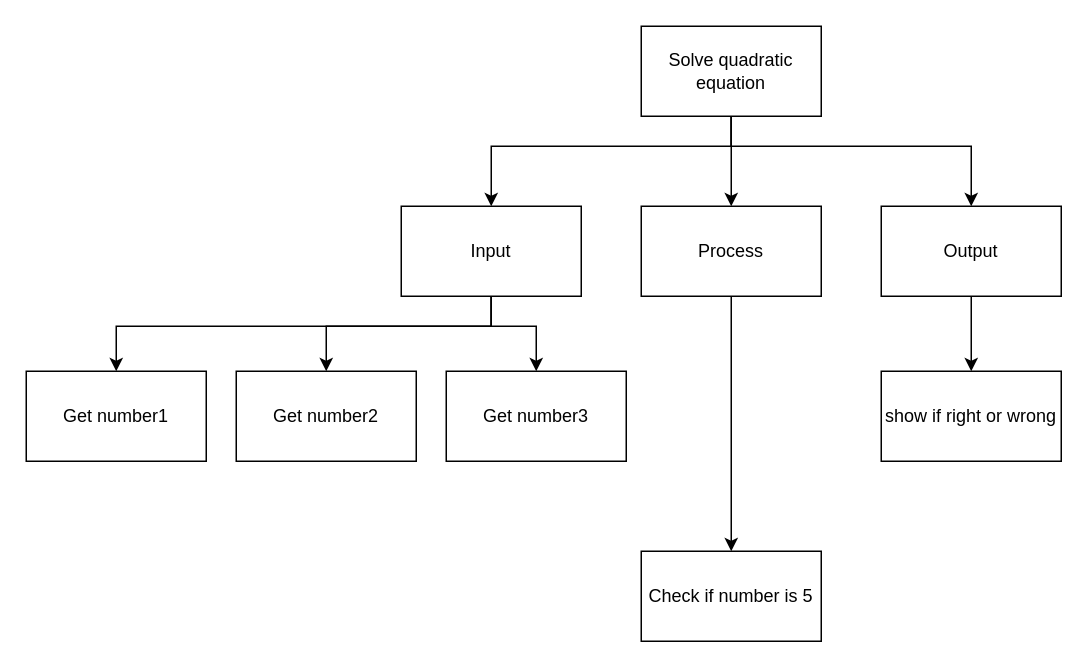
The draw.io diagram top_down.drawio in Kyanh-Pham/ICS3U-Assignment-3-Python, before the edit. Source tidied: cells renumbered, new cells numbered last; positions are measured from the earlier drawing's top-left corner, leaving out a move shared by most shapes. Both pictures are drawn from the tidied source at 150%, with x=0, y=0 at pixel (26, 26).
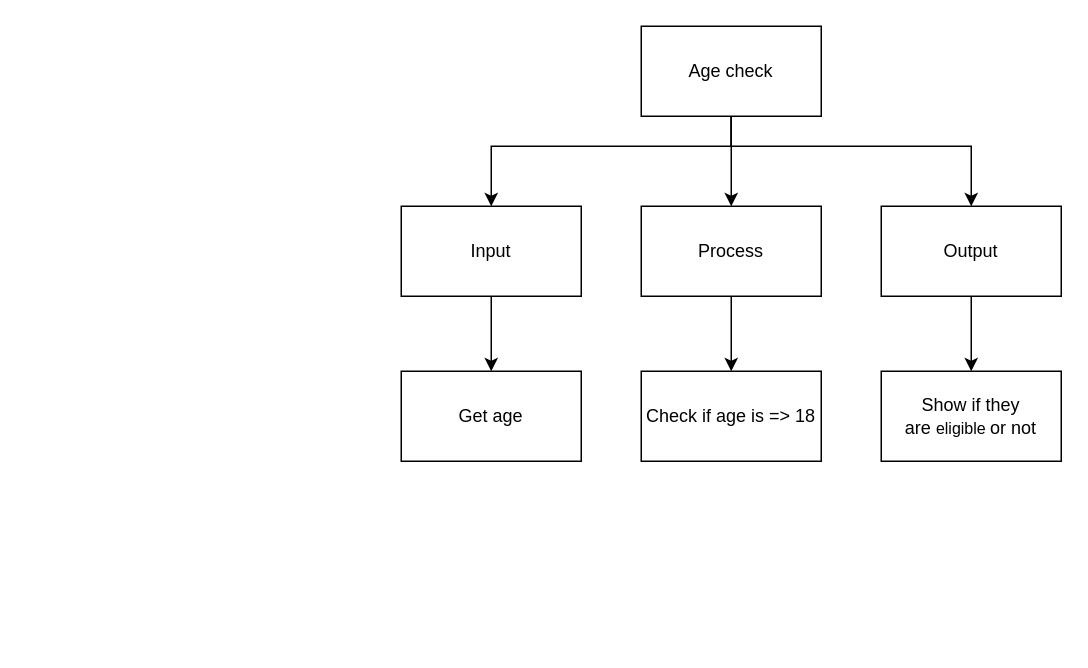
Above is the later version.

The change refers to these unchanged cells:
```xml
<mxCell id="13" value="Input" style="rounded=0;whiteSpace=wrap;html=1;" parent="1" vertex="1">
  <mxGeometry x="250" y="120" width="120" height="60" as="geometry" />
</mxCell>
```

Change to the diagram source:
```diff
@@
-    <mxCell id="5" value="Solve quadratic equation" style="rounded=0;whiteSpace=wrap;html=1;" parent="1" vertex="1">
+    <mxCell id="5" value="Age check" style="rounded=0;whiteSpace=wrap;html=1;" parent="1" vertex="1">
       <mxGeometry x="410" width="120" height="60" as="geometry" />
     </mxCell>
@@
-    <mxCell id="10" style="edgeStyle=orthogonalEdgeStyle;rounded=0;html=1;entryX=0.5;entryY=0;entryDx=0;entryDy=0;" parent="1" edge="1" source="13" target="14">
-      <mxGeometry relative="1" as="geometry">
-        <Array as="points">
-          <mxPoint x="310" y="200" />
-          <mxPoint x="60" y="200" />
-        </Array>
-      </mxGeometry>
-    </mxCell>
-    <mxCell id="11" style="edgeStyle=orthogonalEdgeStyle;rounded=0;html=1;entryX=0.5;entryY=0;entryDx=0;entryDy=0;" parent="1" edge="1" source="13" target="17">
-      <mxGeometry relative="1" as="geometry">
-        <Array as="points">
-          <mxPoint x="310" y="200" />
-          <mxPoint x="200" y="200" />
-        </Array>
-      </mxGeometry>
-    </mxCell>
-    <mxCell id="12" style="edgeStyle=orthogonalEdgeStyle;rounded=0;html=1;entryX=0.5;entryY=0;entryDx=0;entryDy=0;" parent="1" edge="1" source="13" target="18">
-      <mxGeometry relative="1" as="geometry">
-        <Array as="points">
-          <mxPoint x="310" y="200" />
-          <mxPoint x="340" y="200" />
-        </Array>
-      </mxGeometry>
+    <mxCell id="12" style="edgeStyle=none;html=1;exitX=0.5;exitY=1;exitDx=0;exitDy=0;entryX=0.5;entryY=0;entryDx=0;entryDy=0;" parent="1" edge="1" source="13" target="19">
+      <mxGeometry relative="1" as="geometry" />
     </mxCell>
@@
-    <mxCell id="14" value="Get number1" style="rounded=0;whiteSpace=wrap;html=1;" parent="1" vertex="1">
-      <mxGeometry y="230" width="120" height="60" as="geometry" />
-    </mxCell>
-    <mxCell id="15" value="Check if number is 5" style="rounded=0;whiteSpace=wrap;html=1;" parent="1" vertex="1">
-      <mxGeometry x="410" y="350" width="120" height="60" as="geometry" />
+    <mxCell id="15" value="Check if age is =&amp;gt; 18" style="rounded=0;whiteSpace=wrap;html=1;" parent="1" vertex="1">
+      <mxGeometry x="410" y="230" width="120" height="60" as="geometry" />
     </mxCell>
-    <mxCell id="16" value="show if right or wrong" style="rounded=0;whiteSpace=wrap;html=1;" parent="1" vertex="1">
+    <mxCell id="16" value="Show if they are&amp;nbsp;&lt;span id=&quot;docs-internal-guid-e8eb4a38-7fff-5981-c039-b834cdc0e075&quot;&gt;&lt;span style=&quot;font-size: 8pt ; background-color: transparent ; vertical-align: baseline&quot;&gt;eligible &lt;/span&gt;&lt;/span&gt;or not" style="rounded=0;whiteSpace=wrap;html=1;" parent="1" vertex="1">
       <mxGeometry x="570" y="230" width="120" height="60" as="geometry" />
     </mxCell>
-    <mxCell id="17" value="Get number2" style="rounded=0;whiteSpace=wrap;html=1;" parent="1" vertex="1">
-      <mxGeometry x="140" y="230" width="120" height="60" as="geometry" />
-    </mxCell>
-    <mxCell id="18" value="Get number3" style="rounded=0;whiteSpace=wrap;html=1;" parent="1" vertex="1">
-      <mxGeometry x="280" y="230" width="120" height="60" as="geometry" />
-    </mxCell>
+    <mxCell id="19" value="Get age" style="rounded=0;whiteSpace=wrap;html=1;" parent="1" vertex="1">
+      <mxGeometry x="250" y="230" width="120" height="60" as="geometry" />
+    </mxCell>
```
